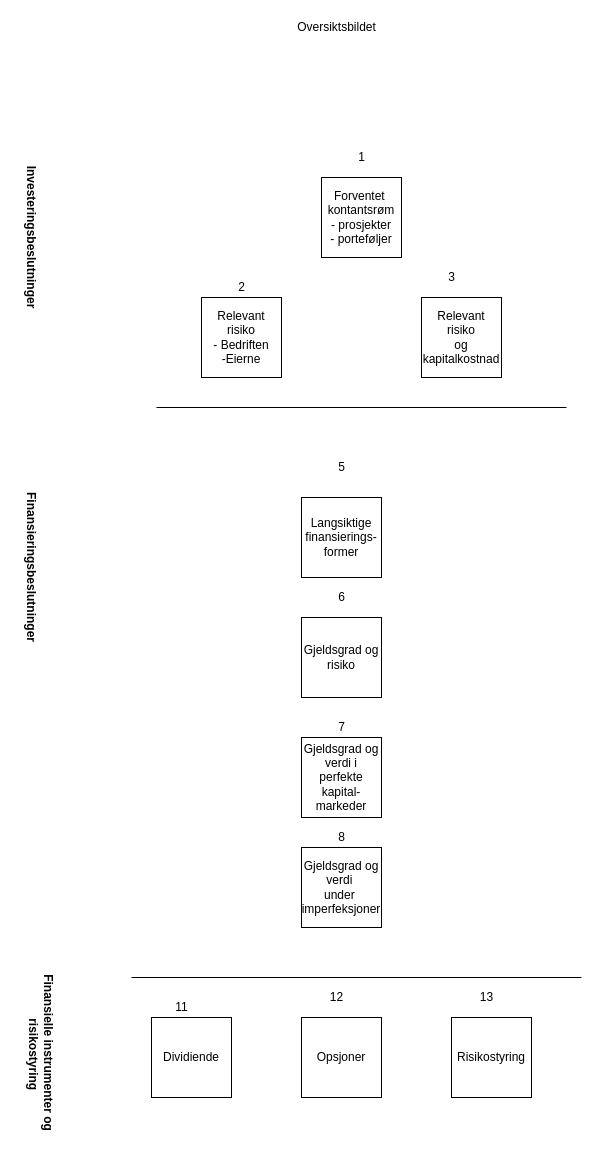
This is drawio/oversiktsbildet.drawio from joernih/SFB30820Finansteori, a draw.io file, before an edit. Source tidied: cells renumbered, new cells numbered last; positions are measured from the earlier drawing's top-left corner, leaving out a move shared by most shapes. Both pictures are drawn from the tidied source at 100%, with x=0, y=0 at pixel (-44, 17).
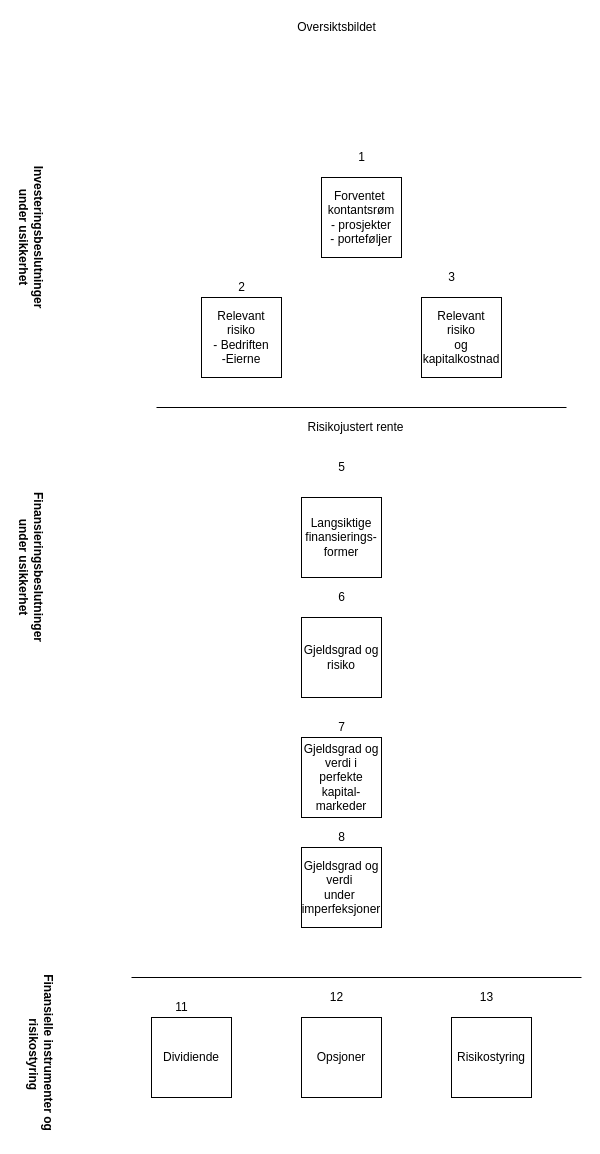
The same page after the edit.

What changed in the source:
```diff
@@
-    <mxCell id="13" value="Investeringsbeslutninger" style="text;html=1;strokeColor=none;fillColor=none;align=center;verticalAlign=middle;whiteSpace=wrap;rounded=0;rotation=90;fontStyle=1;" parent="1" vertex="1">
+    <mxCell id="13" value="Investeringsbeslutninger under usikkerhet" style="text;html=1;strokeColor=none;fillColor=none;align=center;verticalAlign=middle;whiteSpace=wrap;rounded=0;rotation=90;fontStyle=1;" parent="1" vertex="1">
       <mxGeometry x="55" y="210" width="40" height="20" as="geometry" />
     </mxCell>
-    <mxCell id="14" value="Finansieringsbeslutninger" style="text;html=1;strokeColor=none;fillColor=none;align=center;verticalAlign=middle;whiteSpace=wrap;rounded=0;rotation=90;fontStyle=1;" parent="1" vertex="1">
+    <mxCell id="14" value="Finansieringsbeslutninger&lt;br&gt;under usikkerhet" style="text;html=1;strokeColor=none;fillColor=none;align=center;verticalAlign=middle;whiteSpace=wrap;rounded=0;rotation=90;fontStyle=1;" parent="1" vertex="1">
       <mxGeometry x="55" y="540" width="40" height="20" as="geometry" />
     </mxCell>
@@
+    <mxCell id="28" value="Risikojustert rente" style="text;html=1;align=center;verticalAlign=middle;strokeColor=none;" parent="1" vertex="1">
+      <mxGeometry x="344" y="400" width="110" height="20" as="geometry" />
+    </mxCell>
```
